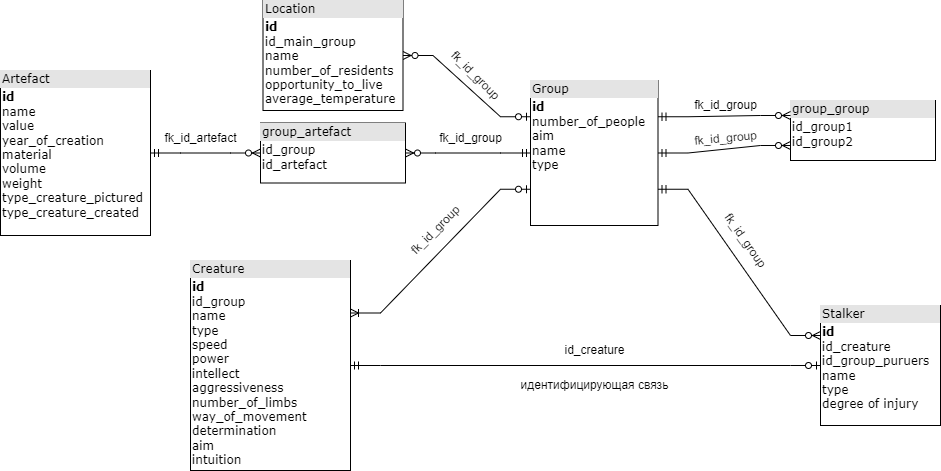
Before: data.png, a diagram exported from draw.io (stanislav-shchetinin/DB.lab1.itmo). Source tidied: cells renumbered, new cells last; positions are measured from the earlier drawing's top-left corner, leaving out a move shared by most shapes.
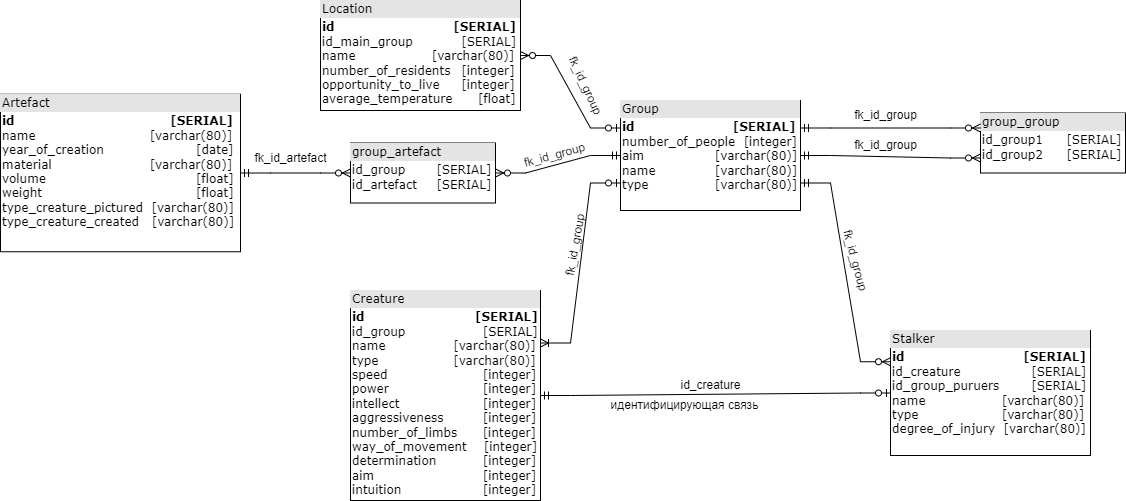
Above is the later version.

Commit message:
update data model

What changed in the source:
```diff
@@ -4,16 +4,16 @@
     <mxCell id="1" parent="0" />
-    <mxCell id="2" value="&lt;div style=&quot;box-sizing: border-box ; width: 100% ; background: #e4e4e4 ; padding: 2px&quot;&gt;Group&lt;/div&gt;&lt;table style=&quot;width: 100% ; font-size: 1em&quot; cellpadding=&quot;2&quot; cellspacing=&quot;0&quot;&gt;&lt;tbody&gt;&lt;tr&gt;&lt;td&gt;&lt;b&gt;id&lt;/b&gt;&lt;br&gt;number_of_people&lt;br&gt;aim&lt;br&gt;name&lt;br&gt;type&lt;br&gt;&lt;br&gt;&lt;br&gt;&lt;br&gt;&lt;/td&gt;&lt;td&gt;&lt;br&gt;&lt;/td&gt;&lt;/tr&gt;&lt;tr&gt;&lt;td&gt;&lt;/td&gt;&lt;td&gt;&lt;br&gt;&lt;/td&gt;&lt;/tr&gt;&lt;/tbody&gt;&lt;/table&gt;" style="verticalAlign=top;align=left;overflow=fill;html=1;rounded=0;shadow=0;comic=0;labelBackgroundColor=none;strokeWidth=1;fontFamily=Verdana;fontSize=12;" parent="1" vertex="1">
-      <mxGeometry x="530" y="80" width="127.5" height="145" as="geometry" />
+    <mxCell id="2" value="&lt;div style=&quot;box-sizing: border-box ; width: 100% ; background: #e4e4e4 ; padding: 2px&quot;&gt;Group&lt;/div&gt;&lt;table style=&quot;width: 100% ; font-size: 1em&quot; cellpadding=&quot;2&quot; cellspacing=&quot;0&quot;&gt;&lt;tbody&gt;&lt;tr&gt;&lt;td&gt;&lt;b&gt;id&lt;span style=&quot;white-space: pre;&quot;&gt;&#9;&lt;/span&gt;&lt;span style=&quot;white-space: pre;&quot;&gt;&#9;&lt;/span&gt;&lt;span style=&quot;white-space: pre;&quot;&gt;&#9;&lt;/span&gt;&amp;nbsp; &amp;nbsp;[SERIAL]&lt;/b&gt;&lt;br&gt;number_of_people&amp;nbsp; [integer]&lt;br&gt;aim&lt;span style=&quot;white-space: pre;&quot;&gt;&#9;&lt;/span&gt;&lt;span style=&quot;white-space: pre;&quot;&gt;&#9;&lt;/span&gt;&amp;nbsp; &amp;nbsp; &amp;nbsp; [varchar(80)]&lt;br&gt;name&lt;span style=&quot;white-space: pre;&quot;&gt;&#9;&lt;/span&gt;&amp;nbsp; &amp;nbsp; &amp;nbsp; [varchar(80)]&lt;br&gt;type&lt;span style=&quot;white-space: pre;&quot;&gt;&#9;&lt;/span&gt;&lt;span style=&quot;white-space: pre;&quot;&gt;&#9;&lt;/span&gt;&amp;nbsp; &amp;nbsp; &amp;nbsp; [varchar(80)]&lt;br&gt;&lt;br&gt;&lt;br&gt;&lt;br&gt;&lt;/td&gt;&lt;td&gt;&lt;br&gt;&lt;/td&gt;&lt;/tr&gt;&lt;tr&gt;&lt;td&gt;&lt;/td&gt;&lt;td&gt;&lt;br&gt;&lt;/td&gt;&lt;/tr&gt;&lt;/tbody&gt;&lt;/table&gt;" style="verticalAlign=top;align=left;overflow=fill;html=1;rounded=0;shadow=0;comic=0;labelBackgroundColor=none;strokeWidth=1;fontFamily=Verdana;fontSize=12;" parent="1" vertex="1">
+      <mxGeometry x="530" y="80" width="180" height="110" as="geometry" />
     </mxCell>
-    <mxCell id="3" value="&lt;div style=&quot;box-sizing: border-box ; width: 100% ; background: #e4e4e4 ; padding: 2px&quot;&gt;Creature&lt;/div&gt;&lt;table style=&quot;width: 100% ; font-size: 1em&quot; cellpadding=&quot;2&quot; cellspacing=&quot;0&quot;&gt;&lt;tbody&gt;&lt;tr&gt;&lt;td&gt;&lt;b&gt;id&lt;br&gt;&lt;/b&gt;id_group&lt;br&gt;name&lt;br style=&quot;border-color: var(--border-color);&quot;&gt;type&lt;br style=&quot;border-color: var(--border-color);&quot;&gt;speed&lt;br&gt;power&lt;br&gt;intellect&lt;br&gt;aggressiveness&lt;br&gt;number_of_limbs&lt;br&gt;way_of_movement&lt;br&gt;determination&lt;br&gt;aim&lt;br&gt;intuition&lt;br&gt;&lt;br&gt;&lt;br&gt;&lt;br&gt;&lt;/td&gt;&lt;td&gt;&lt;br&gt;&lt;/td&gt;&lt;/tr&gt;&lt;tr&gt;&lt;td&gt;&lt;/td&gt;&lt;td&gt;&lt;br&gt;&lt;/td&gt;&lt;/tr&gt;&lt;/tbody&gt;&lt;/table&gt;" style="verticalAlign=top;align=left;overflow=fill;html=1;rounded=0;shadow=0;comic=0;labelBackgroundColor=none;strokeWidth=1;fontFamily=Verdana;fontSize=12;" parent="1" vertex="1">
-      <mxGeometry x="190" y="260" width="160" height="210" as="geometry" />
+    <mxCell id="3" value="&lt;div style=&quot;box-sizing: border-box ; width: 100% ; background: #e4e4e4 ; padding: 2px&quot;&gt;Creature&lt;/div&gt;&lt;table style=&quot;width: 100% ; font-size: 1em&quot; cellpadding=&quot;2&quot; cellspacing=&quot;0&quot;&gt;&lt;tbody&gt;&lt;tr&gt;&lt;td&gt;&lt;b&gt;id&lt;span style=&quot;white-space: pre;&quot;&gt;&#9;&lt;/span&gt;&lt;span style=&quot;white-space: pre;&quot;&gt;&#9;&lt;/span&gt;&lt;span style=&quot;white-space: pre;&quot;&gt;&#9;&lt;/span&gt;&amp;nbsp; &amp;nbsp; &amp;nbsp; [SERIAL]&lt;br&gt;&lt;/b&gt;id_group&lt;span style=&quot;white-space: pre;&quot;&gt;&#9;&lt;/span&gt;&lt;span style=&quot;white-space: pre;&quot;&gt;&#9;&lt;/span&gt;&amp;nbsp; &amp;nbsp; &amp;nbsp; &amp;nbsp;[SERIAL]&lt;br&gt;name&lt;span style=&quot;white-space: pre;&quot;&gt;&#9;&lt;/span&gt;&lt;span style=&quot;white-space: pre;&quot;&gt;&#9;&lt;/span&gt;[varchar(80)]&lt;br style=&quot;border-color: var(--border-color);&quot;&gt;type&lt;span style=&quot;white-space: pre;&quot;&gt;&#9;&lt;/span&gt;&lt;span style=&quot;white-space: pre;&quot;&gt;&#9;&lt;/span&gt;&lt;span style=&quot;white-space: pre;&quot;&gt;&#9;&lt;/span&gt;[varchar(80)]&lt;br style=&quot;border-color: var(--border-color);&quot;&gt;speed&lt;span style=&quot;white-space: pre;&quot;&gt;&#9;&lt;/span&gt;&lt;span style=&quot;white-space: pre;&quot;&gt;&#9;&lt;/span&gt;&amp;nbsp; &amp;nbsp; &amp;nbsp; &amp;nbsp;[integer]&lt;br&gt;power&lt;span style=&quot;white-space: pre;&quot;&gt;&#9;&lt;/span&gt;&lt;span style=&quot;white-space: pre;&quot;&gt;&#9;&lt;/span&gt;&amp;nbsp; &amp;nbsp; &amp;nbsp; &amp;nbsp;[integer]&lt;br&gt;intellect&lt;span style=&quot;white-space: pre;&quot;&gt;&#9;&lt;/span&gt;&lt;span style=&quot;white-space: pre;&quot;&gt;&#9;&lt;/span&gt;&amp;nbsp; &amp;nbsp; &amp;nbsp; &amp;nbsp;[integer]&lt;br&gt;aggressiveness&lt;span style=&quot;white-space: pre;&quot;&gt;&#9;&lt;/span&gt;&amp;nbsp; &amp;nbsp; &amp;nbsp; &amp;nbsp;[integer]&lt;br&gt;number_of_limbs&amp;nbsp; &amp;nbsp; &amp;nbsp; [integer]&lt;br&gt;way_of_movement&amp;nbsp; &amp;nbsp; [integer]&lt;br&gt;determination&lt;span style=&quot;white-space: pre;&quot;&gt;&#9;&lt;/span&gt;&amp;nbsp; &amp;nbsp; &amp;nbsp; &amp;nbsp;[integer]&lt;br&gt;aim&lt;span style=&quot;white-space: pre;&quot;&gt;&#9;&lt;/span&gt;&lt;span style=&quot;white-space: pre;&quot;&gt;&#9;&lt;/span&gt;&lt;span style=&quot;white-space: pre;&quot;&gt;&#9;&lt;/span&gt;&amp;nbsp; &amp;nbsp; &amp;nbsp; &amp;nbsp;[integer]&lt;br&gt;intuition&lt;span style=&quot;white-space: pre;&quot;&gt;&#9;&lt;/span&gt;&lt;span style=&quot;white-space: pre;&quot;&gt;&#9;&lt;/span&gt;&amp;nbsp; &amp;nbsp; &amp;nbsp; &amp;nbsp;[integer]&lt;br&gt;&lt;br&gt;&lt;br&gt;&lt;br&gt;&lt;/td&gt;&lt;td&gt;&lt;br&gt;&lt;/td&gt;&lt;/tr&gt;&lt;tr&gt;&lt;td&gt;&lt;/td&gt;&lt;td&gt;&lt;br&gt;&lt;/td&gt;&lt;/tr&gt;&lt;/tbody&gt;&lt;/table&gt;" style="verticalAlign=top;align=left;overflow=fill;html=1;rounded=0;shadow=0;comic=0;labelBackgroundColor=none;strokeWidth=1;fontFamily=Verdana;fontSize=12;" parent="1" vertex="1">
+      <mxGeometry x="260" y="270" width="190" height="210" as="geometry" />
     </mxCell>
-    <mxCell id="4" value="&lt;div style=&quot;box-sizing: border-box ; width: 100% ; background: #e4e4e4 ; padding: 2px&quot;&gt;Artefact&lt;/div&gt;&lt;table style=&quot;width: 100% ; font-size: 1em&quot; cellpadding=&quot;2&quot; cellspacing=&quot;0&quot;&gt;&lt;tbody&gt;&lt;tr&gt;&lt;td&gt;&lt;b&gt;id&lt;/b&gt;&lt;br&gt;name&lt;br&gt;value&lt;br&gt;year_of_creation&lt;br&gt;material&lt;br&gt;volume&lt;br&gt;weight&lt;br&gt;type_creature_pictured&lt;br&gt;type_creature_created&lt;br&gt;&lt;br&gt;&lt;br&gt;&lt;br&gt;&lt;br&gt;&lt;/td&gt;&lt;td&gt;&lt;br&gt;&lt;/td&gt;&lt;/tr&gt;&lt;tr&gt;&lt;td&gt;&lt;/td&gt;&lt;td&gt;&lt;br&gt;&lt;/td&gt;&lt;/tr&gt;&lt;/tbody&gt;&lt;/table&gt;" style="verticalAlign=top;align=left;overflow=fill;html=1;rounded=0;shadow=0;comic=0;labelBackgroundColor=none;strokeWidth=1;fontFamily=Verdana;fontSize=12;" parent="1" vertex="1">
-      <mxGeometry y="70" width="150" height="165" as="geometry" />
+    <mxCell id="4" value="&lt;div style=&quot;box-sizing: border-box ; width: 100% ; background: #e4e4e4 ; padding: 2px&quot;&gt;Artefact&lt;/div&gt;&lt;table style=&quot;width: 100% ; font-size: 1em&quot; cellpadding=&quot;2&quot; cellspacing=&quot;0&quot;&gt;&lt;tbody&gt;&lt;tr&gt;&lt;td&gt;&lt;div style=&quot;&quot;&gt;&lt;span style=&quot;background-color: initial;&quot;&gt;&lt;b style=&quot;font-size: 1em;&quot;&gt;id&lt;span style=&quot;white-space: pre;&quot;&gt;&#9;&lt;/span&gt;&lt;span style=&quot;white-space: pre;&quot;&gt;&#9;&lt;/span&gt;&lt;span style=&quot;white-space: pre;&quot;&gt;&#9;&lt;/span&gt;&lt;span style=&quot;white-space: pre;&quot;&gt;&#9;&lt;/span&gt;&lt;span style=&quot;white-space: pre;&quot;&gt;&#9;&lt;/span&gt; [&lt;/b&gt;&lt;b&gt;SERIAL&lt;/b&gt;&lt;b style=&quot;font-size: 1em;&quot;&gt;]&lt;/b&gt;&lt;/span&gt;&lt;/div&gt;name &lt;span style=&quot;white-space: pre;&quot;&gt;&#9;&lt;/span&gt;&lt;span style=&quot;white-space: pre;&quot;&gt;&#9;&lt;/span&gt;&lt;span style=&quot;white-space: pre;&quot;&gt;&#9;&lt;/span&gt;&amp;nbsp; &amp;nbsp;[varchar(80)]&lt;span style=&quot;white-space: pre;&quot;&gt;&#9;&lt;/span&gt;&lt;br&gt;year_of_creation &lt;span style=&quot;white-space: pre;&quot;&gt;&#9;&lt;/span&gt;&lt;span style=&quot;white-space: pre;&quot;&gt;&#9;&lt;/span&gt;&amp;nbsp; &amp;nbsp; &amp;nbsp; [date]&lt;br&gt;material&lt;span style=&quot;white-space: pre;&quot;&gt;&#9;&lt;/span&gt;&lt;span style=&quot;white-space: pre;&quot;&gt;&#9;&lt;/span&gt;&lt;span style=&quot;white-space: pre;&quot;&gt;&#9;&lt;/span&gt;&amp;nbsp; &amp;nbsp;[varchar(80)]&lt;br&gt;volume&lt;span style=&quot;white-space: pre;&quot;&gt;&#9;&lt;/span&gt;&lt;span style=&quot;white-space: pre;&quot;&gt;&#9;&lt;/span&gt;&lt;span style=&quot;white-space: pre;&quot;&gt;&#9;&lt;/span&gt;&lt;span style=&quot;white-space: pre;&quot;&gt;&#9;&lt;/span&gt;&amp;nbsp; &amp;nbsp; &amp;nbsp; [float]&lt;br&gt;weight&lt;span style=&quot;white-space: pre;&quot;&gt;&#9;&lt;/span&gt;&lt;span style=&quot;white-space: pre;&quot;&gt;&#9;&lt;/span&gt;&lt;span style=&quot;white-space: pre;&quot;&gt;&#9;&lt;/span&gt;&lt;span style=&quot;white-space: pre;&quot;&gt;&#9;&lt;/span&gt;&amp;nbsp; &amp;nbsp; &amp;nbsp; [float]&lt;br&gt;type_creature_pictured&amp;nbsp; [varchar(80)]&lt;br&gt;type_creature_created&amp;nbsp; &amp;nbsp;[varchar(80)]&lt;br&gt;&lt;br&gt;&lt;br&gt;&lt;br&gt;&lt;br&gt;&lt;/td&gt;&lt;td&gt;&lt;br&gt;&lt;/td&gt;&lt;/tr&gt;&lt;tr&gt;&lt;td&gt;&lt;/td&gt;&lt;td&gt;&lt;br&gt;&lt;/td&gt;&lt;/tr&gt;&lt;/tbody&gt;&lt;/table&gt;" style="verticalAlign=top;align=left;overflow=fill;html=1;rounded=0;shadow=0;comic=0;labelBackgroundColor=none;strokeWidth=1;fontFamily=Verdana;fontSize=12;" parent="1" vertex="1">
+      <mxGeometry x="-90" y="73.8" width="240" height="157.5" as="geometry" />
     </mxCell>
-    <mxCell id="5" value="&lt;div style=&quot;box-sizing: border-box ; width: 100% ; background: #e4e4e4 ; padding: 2px&quot;&gt;Location&lt;/div&gt;&lt;table style=&quot;width: 100% ; font-size: 1em&quot; cellpadding=&quot;2&quot; cellspacing=&quot;0&quot;&gt;&lt;tbody&gt;&lt;tr&gt;&lt;td&gt;&lt;b&gt;id&lt;br&gt;&lt;/b&gt;id_main_group&lt;br&gt;name&lt;br&gt;number_of_residents&lt;br&gt;opportunity_to_live&lt;br&gt;average_temperature&lt;br&gt;&lt;br&gt;&lt;br&gt;&lt;/td&gt;&lt;td&gt;&lt;br&gt;&lt;/td&gt;&lt;/tr&gt;&lt;tr&gt;&lt;td&gt;&lt;/td&gt;&lt;td&gt;&lt;br&gt;&lt;/td&gt;&lt;/tr&gt;&lt;/tbody&gt;&lt;/table&gt;" style="verticalAlign=top;align=left;overflow=fill;html=1;rounded=0;shadow=0;comic=0;labelBackgroundColor=none;strokeWidth=1;fontFamily=Verdana;fontSize=12;" parent="1" vertex="1">
-      <mxGeometry x="262.5" width="140" height="110" as="geometry" />
+    <mxCell id="5" value="&lt;div style=&quot;box-sizing: border-box ; width: 100% ; background: #e4e4e4 ; padding: 2px&quot;&gt;Location&lt;/div&gt;&lt;table style=&quot;width: 100% ; font-size: 1em&quot; cellpadding=&quot;2&quot; cellspacing=&quot;0&quot;&gt;&lt;tbody&gt;&lt;tr&gt;&lt;td&gt;&lt;b&gt;id&lt;span style=&quot;white-space: pre;&quot;&gt;&#9;&lt;/span&gt;&lt;span style=&quot;white-space: pre;&quot;&gt;&#9;&lt;/span&gt;&lt;span style=&quot;white-space: pre;&quot;&gt;&#9;&lt;/span&gt;&lt;span style=&quot;white-space: pre;&quot;&gt;&#9;&lt;/span&gt;[SERIAL]&lt;br&gt;&lt;/b&gt;id_main_group&lt;span style=&quot;white-space: pre;&quot;&gt;&#9;&lt;/span&gt;&lt;span style=&quot;white-space: pre;&quot;&gt;&#9;&lt;/span&gt;&amp;nbsp;[SERIAL]&lt;br&gt;name&lt;span style=&quot;white-space: pre;&quot;&gt;&#9;&lt;/span&gt;&lt;span style=&quot;white-space: pre;&quot;&gt;&#9;&lt;/span&gt;&amp;nbsp; [varchar(80)]&lt;br&gt;number_of_residents&lt;span style=&quot;white-space: pre;&quot;&gt;&#9;&lt;/span&gt;&amp;nbsp;[integer]&lt;br&gt;opportunity_to_live&lt;span style=&quot;white-space: pre;&quot;&gt;&#9;&lt;/span&gt;&amp;nbsp;[integer]&lt;br&gt;average_temperature&lt;span style=&quot;white-space: pre;&quot;&gt;&#9;&lt;/span&gt;&amp;nbsp; &amp;nbsp; &amp;nbsp;[float]&lt;br&gt;&lt;br&gt;&lt;br&gt;&lt;/td&gt;&lt;td&gt;&lt;br&gt;&lt;/td&gt;&lt;/tr&gt;&lt;tr&gt;&lt;td&gt;&lt;/td&gt;&lt;td&gt;&lt;br&gt;&lt;/td&gt;&lt;/tr&gt;&lt;/tbody&gt;&lt;/table&gt;" style="verticalAlign=top;align=left;overflow=fill;html=1;rounded=0;shadow=0;comic=0;labelBackgroundColor=none;strokeWidth=1;fontFamily=Verdana;fontSize=12;" parent="1" vertex="1">
+      <mxGeometry x="230" y="-20" width="200" height="110" as="geometry" />
     </mxCell>
-    <mxCell id="6" value="&lt;div style=&quot;box-sizing: border-box ; width: 100% ; background: #e4e4e4 ; padding: 2px&quot;&gt;Stalker&lt;/div&gt;&lt;table style=&quot;width: 100% ; font-size: 1em&quot; cellpadding=&quot;2&quot; cellspacing=&quot;0&quot;&gt;&lt;tbody&gt;&lt;tr&gt;&lt;td&gt;&lt;b&gt;id&lt;/b&gt;&lt;br&gt;id_creature&lt;br&gt;id_group_puruers&lt;br&gt;name&lt;br&gt;type&lt;br&gt;degree of injury&lt;br&gt;&lt;br&gt;&lt;br&gt;&lt;br&gt;&lt;/td&gt;&lt;td&gt;&lt;br&gt;&lt;/td&gt;&lt;/tr&gt;&lt;tr&gt;&lt;td&gt;&lt;/td&gt;&lt;td&gt;&lt;br&gt;&lt;/td&gt;&lt;/tr&gt;&lt;/tbody&gt;&lt;/table&gt;" style="verticalAlign=top;align=left;overflow=fill;html=1;rounded=0;shadow=0;comic=0;labelBackgroundColor=none;strokeWidth=1;fontFamily=Verdana;fontSize=12;" parent="1" vertex="1">
-      <mxGeometry x="820" y="305" width="120" height="120" as="geometry" />
+    <mxCell id="6" value="&lt;div style=&quot;box-sizing: border-box ; width: 100% ; background: #e4e4e4 ; padding: 2px&quot;&gt;Stalker&lt;/div&gt;&lt;table style=&quot;width: 100% ; font-size: 1em&quot; cellpadding=&quot;2&quot; cellspacing=&quot;0&quot;&gt;&lt;tbody&gt;&lt;tr&gt;&lt;td&gt;&lt;b&gt;id&lt;span style=&quot;white-space: pre;&quot;&gt;&#9;&lt;/span&gt;&lt;span style=&quot;white-space: pre;&quot;&gt;&#9;&lt;/span&gt;&lt;span style=&quot;white-space: pre;&quot;&gt;&#9;&lt;/span&gt;&lt;span style=&quot;white-space: pre;&quot;&gt;&#9;&lt;/span&gt;[SERIAL]&lt;/b&gt;&lt;br&gt;id_creature&lt;span style=&quot;white-space: pre;&quot;&gt;&#9;&lt;/span&gt;&lt;span style=&quot;white-space: pre;&quot;&gt;&#9;&lt;/span&gt;&amp;nbsp;[SERIAL]&lt;br&gt;id_group_puruers&lt;span style=&quot;white-space: pre;&quot;&gt;&#9;&lt;/span&gt;&amp;nbsp;[SERIAL]&lt;br&gt;name&lt;span style=&quot;white-space: pre;&quot;&gt;&#9;&lt;/span&gt;&lt;span style=&quot;white-space: pre;&quot;&gt;&#9;&lt;/span&gt;&amp;nbsp; [varchar(80)]&lt;br&gt;type&lt;span style=&quot;white-space: pre;&quot;&gt;&#9;&lt;/span&gt;&lt;span style=&quot;white-space: pre;&quot;&gt;&#9;&lt;/span&gt;&lt;span style=&quot;white-space: pre;&quot;&gt;&#9;&lt;/span&gt;&amp;nbsp; [varchar(80)]&lt;br&gt;degree_of_injury&amp;nbsp; [varchar(80)]&lt;br&gt;&lt;br&gt;&lt;br&gt;&lt;br&gt;&lt;/td&gt;&lt;td&gt;&lt;br&gt;&lt;/td&gt;&lt;/tr&gt;&lt;tr&gt;&lt;td&gt;&lt;/td&gt;&lt;td&gt;&lt;br&gt;&lt;/td&gt;&lt;/tr&gt;&lt;/tbody&gt;&lt;/table&gt;" style="verticalAlign=top;align=left;overflow=fill;html=1;rounded=0;shadow=0;comic=0;labelBackgroundColor=none;strokeWidth=1;fontFamily=Verdana;fontSize=12;" parent="1" vertex="1">
+      <mxGeometry x="800" y="310" width="200" height="125" as="geometry" />
     </mxCell>
@@ -28,3 +28,3 @@
     </mxCell>
-    <mxCell id="10" value="&lt;div style=&quot;box-sizing: border-box ; width: 100% ; background: #e4e4e4 ; padding: 2px&quot;&gt;group_artefact&lt;/div&gt;&lt;table style=&quot;width: 100% ; font-size: 1em&quot; cellpadding=&quot;2&quot; cellspacing=&quot;0&quot;&gt;&lt;tbody&gt;&lt;tr&gt;&lt;td&gt;id_group&lt;br&gt;id_artefact&lt;br&gt;&lt;br&gt;&lt;br&gt;&lt;br&gt;&lt;br&gt;&lt;/td&gt;&lt;td&gt;&lt;br&gt;&lt;/td&gt;&lt;/tr&gt;&lt;tr&gt;&lt;td&gt;&lt;/td&gt;&lt;td&gt;&lt;br&gt;&lt;/td&gt;&lt;/tr&gt;&lt;/tbody&gt;&lt;/table&gt;" style="verticalAlign=top;align=left;overflow=fill;html=1;rounded=0;shadow=0;comic=0;labelBackgroundColor=none;strokeWidth=1;fontFamily=Verdana;fontSize=12;" parent="1" vertex="1">
+    <mxCell id="10" value="&lt;div style=&quot;box-sizing: border-box ; width: 100% ; background: #e4e4e4 ; padding: 2px&quot;&gt;group_artefact&lt;/div&gt;&lt;table style=&quot;width: 100% ; font-size: 1em&quot; cellpadding=&quot;2&quot; cellspacing=&quot;0&quot;&gt;&lt;tbody&gt;&lt;tr&gt;&lt;td&gt;id_group&lt;span style=&quot;white-space: pre;&quot;&gt;&#9;&lt;/span&gt;&amp;nbsp; &amp;nbsp; [SERIAL]&lt;br&gt;id_artefact&lt;span style=&quot;white-space: pre;&quot;&gt;&#9;&lt;/span&gt;&amp;nbsp; &amp;nbsp; [SERIAL]&lt;br&gt;&lt;br&gt;&lt;br&gt;&lt;br&gt;&lt;br&gt;&lt;/td&gt;&lt;td&gt;&lt;br&gt;&lt;/td&gt;&lt;/tr&gt;&lt;tr&gt;&lt;td&gt;&lt;/td&gt;&lt;td&gt;&lt;br&gt;&lt;/td&gt;&lt;/tr&gt;&lt;/tbody&gt;&lt;/table&gt;" style="verticalAlign=top;align=left;overflow=fill;html=1;rounded=0;shadow=0;comic=0;labelBackgroundColor=none;strokeWidth=1;fontFamily=Verdana;fontSize=12;" parent="1" vertex="1">
       <mxGeometry x="260" y="122.5" width="145" height="60" as="geometry" />
@@ -37,4 +37,4 @@
     </mxCell>
-    <mxCell id="13" value="&lt;div style=&quot;box-sizing: border-box ; width: 100% ; background: #e4e4e4 ; padding: 2px&quot;&gt;group_group&lt;/div&gt;&lt;table style=&quot;width: 100% ; font-size: 1em&quot; cellpadding=&quot;2&quot; cellspacing=&quot;0&quot;&gt;&lt;tbody&gt;&lt;tr&gt;&lt;td&gt;id_group1&lt;br&gt;id_group2&lt;br&gt;&lt;br&gt;&lt;br&gt;&lt;br&gt;&lt;br&gt;&lt;/td&gt;&lt;td&gt;&lt;br&gt;&lt;/td&gt;&lt;/tr&gt;&lt;tr&gt;&lt;td&gt;&lt;/td&gt;&lt;td&gt;&lt;br&gt;&lt;/td&gt;&lt;/tr&gt;&lt;/tbody&gt;&lt;/table&gt;" style="verticalAlign=top;align=left;overflow=fill;html=1;rounded=0;shadow=0;comic=0;labelBackgroundColor=none;strokeWidth=1;fontFamily=Verdana;fontSize=12;" parent="1" vertex="1">
-      <mxGeometry x="790" y="100" width="145" height="60" as="geometry" />
+    <mxCell id="13" value="&lt;div style=&quot;box-sizing: border-box ; width: 100% ; background: #e4e4e4 ; padding: 2px&quot;&gt;group_group&lt;/div&gt;&lt;table style=&quot;width: 100% ; font-size: 1em&quot; cellpadding=&quot;2&quot; cellspacing=&quot;0&quot;&gt;&lt;tbody&gt;&lt;tr&gt;&lt;td&gt;id_group1&lt;span style=&quot;white-space: pre;&quot;&gt;&#9;&lt;/span&gt;&amp;nbsp; &amp;nbsp; [SERIAL]&lt;br&gt;id_group2&lt;span style=&quot;white-space: pre;&quot;&gt;&#9;&lt;/span&gt;&amp;nbsp; &amp;nbsp; [SERIAL]&lt;br&gt;&lt;br&gt;&lt;br&gt;&lt;br&gt;&lt;br&gt;&lt;/td&gt;&lt;td&gt;&lt;br&gt;&lt;/td&gt;&lt;/tr&gt;&lt;tr&gt;&lt;td&gt;&lt;/td&gt;&lt;td&gt;&lt;br&gt;&lt;/td&gt;&lt;/tr&gt;&lt;/tbody&gt;&lt;/table&gt;" style="verticalAlign=top;align=left;overflow=fill;html=1;rounded=0;shadow=0;comic=0;labelBackgroundColor=none;strokeWidth=1;fontFamily=Verdana;fontSize=12;" parent="1" vertex="1">
+      <mxGeometry x="890" y="92.5" width="145" height="60" as="geometry" />
     </mxCell>
@@ -55,22 +55,22 @@
     </mxCell>
-    <mxCell id="19" value="fk_id_group" style="text;html=1;align=center;verticalAlign=middle;strokeColor=none;fillColor=none;" parent="1" vertex="1">
-      <mxGeometry x="425" y="122.5" width="90" height="30" as="geometry" />
+    <mxCell id="19" value="fk_id_group" style="text;html=1;align=center;verticalAlign=middle;strokeColor=none;fillColor=none;rotation=-15;" parent="1" vertex="1">
+      <mxGeometry x="418.8" y="120" width="90" height="30" as="geometry" />
     </mxCell>
-    <mxCell id="20" value="fk_id_group" style="text;html=1;align=center;verticalAlign=middle;strokeColor=none;fillColor=none;rotation=45;" parent="1" vertex="1">
-      <mxGeometry x="430" y="60" width="90" height="30" as="geometry" />
+    <mxCell id="20" value="fk_id_group" style="text;html=1;align=center;verticalAlign=middle;strokeColor=none;fillColor=none;rotation=65;" parent="1" vertex="1">
+      <mxGeometry x="450" y="50" width="90" height="30" as="geometry" />
     </mxCell>
     <mxCell id="21" value="fk_id_group" style="text;html=1;align=center;verticalAlign=middle;strokeColor=none;fillColor=none;rotation=0;" parent="1" vertex="1">
-      <mxGeometry x="680" y="90" width="90" height="30" as="geometry" />
+      <mxGeometry x="750" y="80" width="90" height="30" as="geometry" />
     </mxCell>
-    <mxCell id="22" value="fk_id_group" style="text;html=1;align=center;verticalAlign=middle;strokeColor=none;fillColor=none;rotation=-5;" parent="1" vertex="1">
-      <mxGeometry x="680" y="122.5" width="90" height="30" as="geometry" />
+    <mxCell id="22" value="fk_id_group" style="text;html=1;align=center;verticalAlign=middle;strokeColor=none;fillColor=none;rotation=0;" parent="1" vertex="1">
+      <mxGeometry x="750" y="110" width="90" height="30" as="geometry" />
     </mxCell>
-    <mxCell id="23" value="fk_id_group" style="text;html=1;align=center;verticalAlign=middle;strokeColor=none;fillColor=none;rotation=-45;" parent="1" vertex="1">
-      <mxGeometry x="390" y="215" width="90" height="30" as="geometry" />
+    <mxCell id="23" value="fk_id_group" style="text;html=1;align=center;verticalAlign=middle;strokeColor=none;fillColor=none;rotation=-80;" parent="1" vertex="1">
+      <mxGeometry x="440" y="210" width="90" height="30" as="geometry" />
     </mxCell>
-    <mxCell id="24" value="fk_id_group" style="text;html=1;align=center;verticalAlign=middle;strokeColor=none;fillColor=none;rotation=55;" parent="1" vertex="1">
-      <mxGeometry x="700" y="225" width="90" height="30" as="geometry" />
+    <mxCell id="24" value="fk_id_group" style="text;html=1;align=center;verticalAlign=middle;strokeColor=none;fillColor=none;rotation=75;" parent="1" vertex="1">
+      <mxGeometry x="720" y="225" width="90" height="30" as="geometry" />
     </mxCell>
     <mxCell id="25" value="id_creature" style="text;html=1;align=center;verticalAlign=middle;strokeColor=none;fillColor=none;" parent="1" vertex="1">
-      <mxGeometry x="553.8" y="335" width="80" height="30" as="geometry" />
+      <mxGeometry x="580" y="350" width="80" height="30" as="geometry" />
     </mxCell>
```
